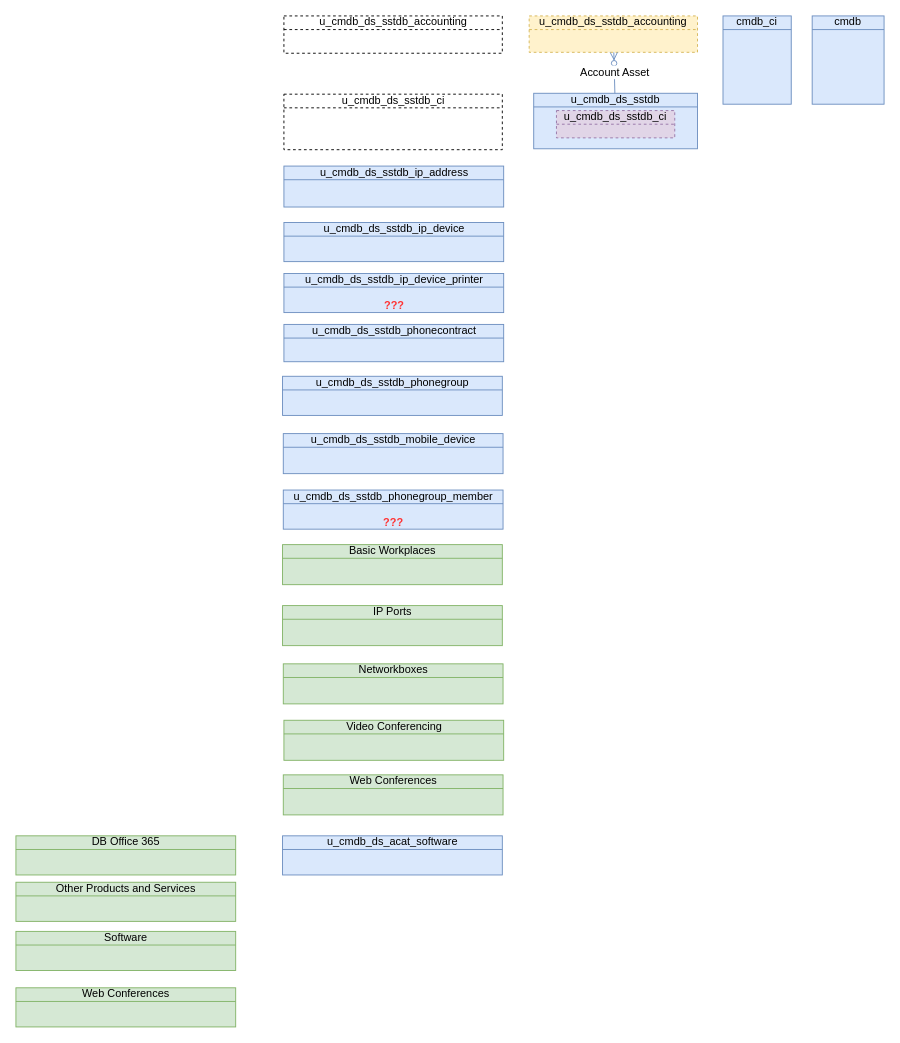
Before: page "Vision" (5 of 6) of DBsErdV2.drawio in algimas/tmp, a draw.io diagram. Source tidied: cells renumbered, new cells numbered last; positions are measured from the earlier drawing's top-left corner, leaving out a move shared by most shapes. Both pictures are drawn from the tidied source at 91%, with x=0, y=0 at pixel (15, 15).
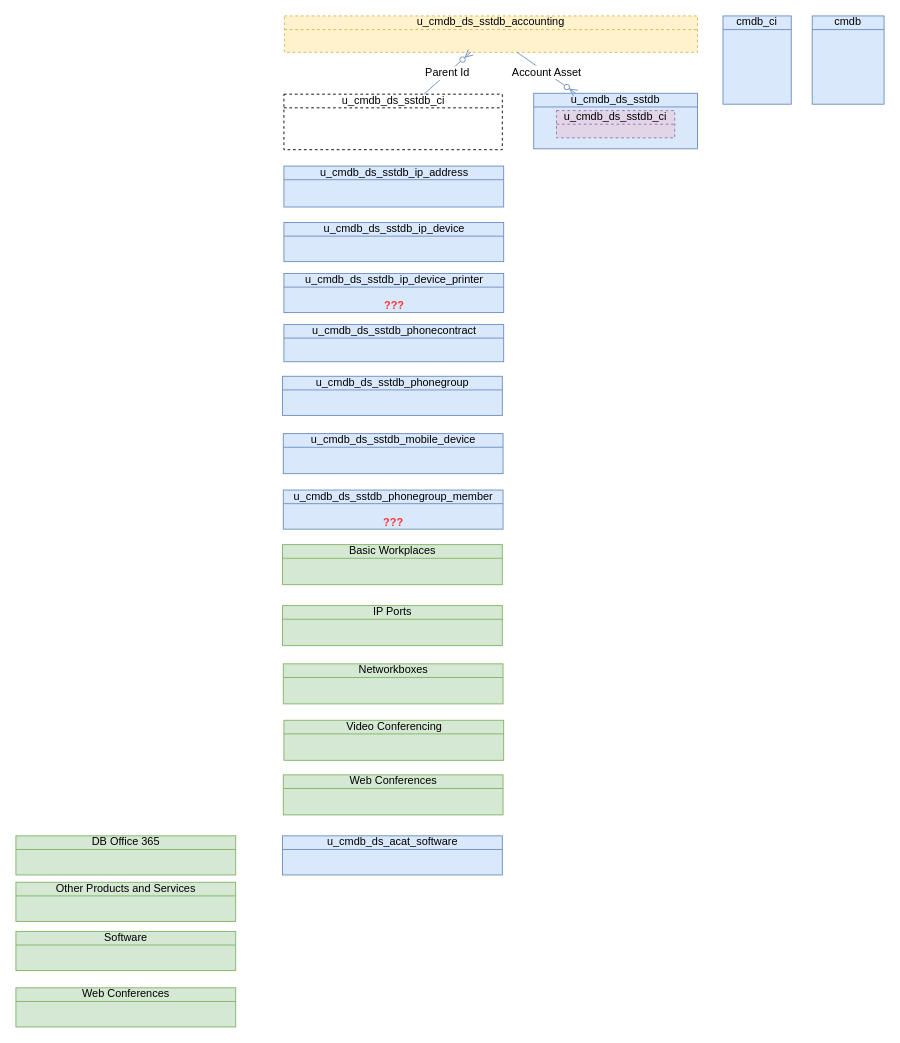
The same page after the edit.

Unchanged cells that the change refers to:
```xml
<mxCell id="2" value="u_cmdb_ds_sstdb" style="html=1;outlineConnect=0;whiteSpace=wrap;fillColor=#dae8fc;shape=mxgraph.archimate3.businessObject;overflow=fill;strokeColor=#6c8ebf;" parent="1" vertex="1">
  <mxGeometry x="569" y="85" width="180" height="61" as="geometry" />
</mxCell>
<mxCell id="7" value="u_cmdb_ds_sstdb_ci" style="html=1;outlineConnect=0;whiteSpace=wrap;shape=mxgraph.archimate3.businessObject;overflow=fill;dashed=1;" parent="1" vertex="1">
  <mxGeometry x="294.5" y="86" width="240" height="61" as="geometry" />
</mxCell>
```

Diff of the diagram source:
```diff
@@
     <mxCell id="5" value="u_cmdb_ds_sstdb_accounting" style="html=1;outlineConnect=0;whiteSpace=wrap;fillColor=#fff2cc;shape=mxgraph.archimate3.businessObject;overflow=fill;strokeColor=#d6b656;dashed=1;" parent="1" vertex="1">
-      <mxGeometry x="564" width="185" height="40" as="geometry" />
+      <mxGeometry x="295" width="454" height="40" as="geometry" />
     </mxCell>
-    <mxCell id="6" value="Account Asset" style="fontSize=12;html=1;endArrow=ERzeroToMany;endFill=1;rounded=0;fillColor=#dae8fc;strokeColor=#6c8ebf;" parent="1" edge="1" source="2" target="5">
+    <mxCell id="6" value="Account Asset" style="fontSize=12;html=1;endArrow=ERzeroToMany;endFill=1;rounded=0;fillColor=#dae8fc;strokeColor=#6c8ebf;" parent="1" edge="1" source="5" target="2">
       <mxGeometry relative="1" as="geometry" />
     </mxCell>
@@
-    <mxCell id="8" value="u_cmdb_ds_sstdb_accounting" style="html=1;whiteSpace=wrap;shape=mxgraph.archimate3.businessObject;overflow=fill;dashed=1;" parent="1" vertex="1">
-      <mxGeometry x="294.5" width="240" height="41" as="geometry" />
-    </mxCell>
@@
+    <mxCell id="27" value="Parent Id" style="fontSize=12;html=1;endArrow=ERzeroToMany;endFill=1;rounded=0;fillColor=#dae8fc;strokeColor=#6c8ebf;" parent="1" edge="1" source="7" target="5">
+      <mxGeometry relative="1" as="geometry" />
+    </mxCell>
```
